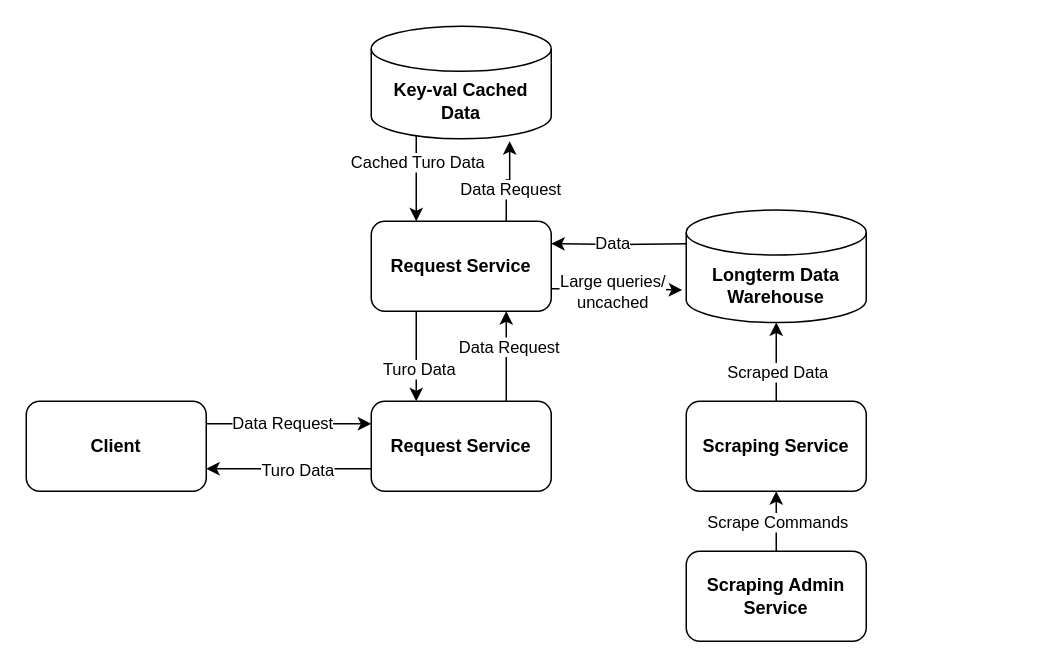
Before: page "Collaboration Diagram" (2 of 7) of design/System Design.drawio in jacob-petterle/turo-scraper, a draw.io diagram. Source tidied: cells renumbered, new cells numbered last; positions are measured from the earlier drawing's top-left corner, leaving out a move shared by most shapes. Both pictures are drawn from the tidied source at 150%, with x=0, y=0 at pixel (26, 26).
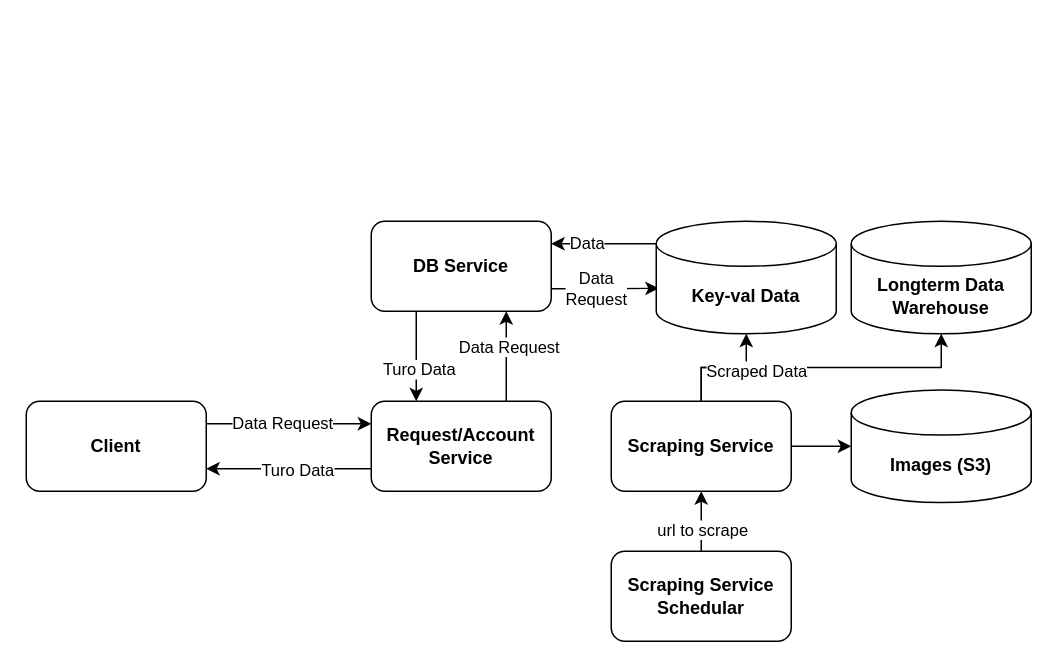
After the change.

Commit message (it also covers changes not shown here):
Add service diagram

The change refers to these unchanged cells:
```xml
<mxCell id="23" style="edgeStyle=orthogonalEdgeStyle;rounded=0;jettySize=auto;html=1;exitX=0.5;exitY=0;exitDx=0;exitDy=0;" parent="1" edge="1" source="25" target="12">
  <mxGeometry relative="1" as="geometry" />
</mxCell>
```

The edit, as a diff of the source:
```diff
@@
+    <mxCell id="29" style="edgeStyle=orthogonalEdgeStyle;rounded=0;jettySize=auto;html=1;entryX=0.5;entryY=1;entryDx=0;entryDy=0;entryPerimeter=0;" parent="1" edge="1" source="25" target="22">
+      <mxGeometry relative="1" as="geometry" />
+    </mxCell>
@@
-    <mxCell id="9" value="&lt;b&gt;Request Service&lt;/b&gt;" style="rounded=1;whiteSpace=wrap;html=1;" parent="1" vertex="1">
+    <mxCell id="9" value="&lt;b&gt;Request/Account Service&lt;/b&gt;" style="rounded=1;whiteSpace=wrap;html=1;" parent="1" vertex="1">
       <mxGeometry x="230" y="250" width="120" height="60" as="geometry" />
     </mxCell>
-    <mxCell id="10" style="edgeStyle=orthogonalEdgeStyle;rounded=0;jettySize=auto;html=1;entryX=1;entryY=0.25;entryDx=0;entryDy=0;" parent="1" edge="1" target="19">
-      <mxGeometry relative="1" as="geometry">
-        <mxPoint x="441" y="145" as="sourcePoint" />
-      </mxGeometry>
+    <mxCell id="10" style="edgeStyle=orthogonalEdgeStyle;rounded=0;jettySize=auto;html=1;entryX=1;entryY=0.25;entryDx=0;entryDy=0;exitX=0;exitY=0;exitDx=0;exitDy=15;exitPerimeter=0;" parent="1" edge="1" source="22" target="19">
+      <mxGeometry relative="1" as="geometry" />
     </mxCell>
@@
     <mxCell id="12" value="&lt;b&gt;Longterm Data Warehouse&lt;/b&gt;" style="shape=cylinder3;whiteSpace=wrap;html=1;boundedLbl=1;backgroundOutline=1;size=15;" parent="1" vertex="1">
-      <mxGeometry x="440" y="122.5" width="120" height="75" as="geometry" />
+      <mxGeometry x="550" y="130" width="120" height="75" as="geometry" />
     </mxCell>
@@
-    <mxCell id="15" style="edgeStyle=orthogonalEdgeStyle;rounded=0;jettySize=auto;html=1;exitX=1;exitY=0.75;exitDx=0;exitDy=0;entryX=-0.023;entryY=0.711;entryDx=0;entryDy=0;entryPerimeter=0;" parent="1" edge="1" source="19" target="12">
-      <mxGeometry relative="1" as="geometry" />
-    </mxCell>
-    <mxCell id="16" value="Large queries/&lt;br&gt;uncached" style="edgeLabel;html=1;align=center;verticalAlign=middle;" parent="15" vertex="1">
-      <mxGeometry x="0.24" y="-1" relative="1" as="geometry">
-        <mxPoint x="-14" as="offset" />
-      </mxGeometry>
-    </mxCell>
-    <mxCell id="17" style="edgeStyle=orthogonalEdgeStyle;rounded=0;jettySize=auto;html=1;exitX=0.75;exitY=0;exitDx=0;exitDy=0;entryX=0.769;entryY=1.022;entryDx=0;entryDy=0;entryPerimeter=0;" parent="1" edge="1" source="19" target="22">
-      <mxGeometry relative="1" as="geometry" />
-    </mxCell>
+    <mxCell id="30" style="edgeStyle=orthogonalEdgeStyle;rounded=0;jettySize=auto;html=1;exitX=1;exitY=0.75;exitDx=0;exitDy=0;" parent="1" edge="1" source="19">
+      <mxGeometry relative="1" as="geometry">
+        <mxPoint x="421.7" y="174.7" as="targetPoint" />
+      </mxGeometry>
+    </mxCell>
-    <mxCell id="18" value="Data Request" style="edgeLabel;html=1;align=center;verticalAlign=middle;" parent="17" vertex="1">
-      <mxGeometry x="-0.21" y="-2" relative="1" as="geometry" />
+    <mxCell id="18" value="Data&lt;br&gt;Request" style="edgeLabel;html=1;align=center;verticalAlign=middle;" parent="30" vertex="1">
+      <mxGeometry x="0.34" y="1" relative="1" as="geometry">
+        <mxPoint x="-18" as="offset" />
+      </mxGeometry>
     </mxCell>
-    <mxCell id="19" value="&lt;b&gt;Request Service&lt;/b&gt;" style="rounded=1;whiteSpace=wrap;html=1;" parent="1" vertex="1">
+    <mxCell id="19" value="&lt;b&gt;DB Service&lt;/b&gt;" style="rounded=1;whiteSpace=wrap;html=1;" parent="1" vertex="1">
       <mxGeometry x="230" y="130" width="120" height="60" as="geometry" />
     </mxCell>
-    <mxCell id="20" style="edgeStyle=orthogonalEdgeStyle;rounded=0;jettySize=auto;html=1;exitX=0.145;exitY=1;exitDx=0;exitDy=-4.35;entryX=0.25;entryY=0;entryDx=0;entryDy=0;exitPerimeter=0;" parent="1" edge="1" source="22" target="19">
-      <mxGeometry relative="1" as="geometry">
-        <Array as="points">
-          <mxPoint x="260" y="71" />
-        </Array>
-      </mxGeometry>
-    </mxCell>
-    <mxCell id="21" value="Cached Turo Data" style="edgeLabel;html=1;align=center;verticalAlign=middle;" parent="20" vertex="1">
-      <mxGeometry x="0.27" relative="1" as="geometry">
-        <mxPoint y="-14" as="offset" />
-      </mxGeometry>
-    </mxCell>
-    <mxCell id="22" value="&lt;b&gt;Key-val Cached Data&lt;/b&gt;" style="shape=cylinder3;whiteSpace=wrap;html=1;boundedLbl=1;backgroundOutline=1;size=15;" parent="1" vertex="1">
-      <mxGeometry x="230" width="120" height="75" as="geometry" />
+    <mxCell id="22" value="&lt;b&gt;Key-val Data&lt;/b&gt;" style="shape=cylinder3;whiteSpace=wrap;html=1;boundedLbl=1;backgroundOutline=1;size=15;" parent="1" vertex="1">
+      <mxGeometry x="420" y="130" width="120" height="75" as="geometry" />
     </mxCell>
@@
     <mxCell id="24" value="Scraped Data" style="edgeLabel;html=1;align=center;verticalAlign=middle;" parent="23" vertex="1">
       <mxGeometry x="-0.34" y="-2" relative="1" as="geometry">
-        <mxPoint x="-2" y="-3" as="offset" />
+        <mxPoint x="-9" as="offset" />
       </mxGeometry>
     </mxCell>
+    <mxCell id="31" style="edgeStyle=orthogonalEdgeStyle;rounded=0;jettySize=auto;html=1;entryX=0;entryY=0.5;entryDx=0;entryDy=0;entryPerimeter=0;" parent="1" edge="1" source="25" target="32">
+      <mxGeometry relative="1" as="geometry" />
+    </mxCell>
     <mxCell id="25" value="&lt;b&gt;Scraping Service&lt;/b&gt;" style="rounded=1;whiteSpace=wrap;html=1;" parent="1" vertex="1">
-      <mxGeometry x="440" y="250" width="120" height="60" as="geometry" />
+      <mxGeometry x="390" y="250" width="120" height="60" as="geometry" />
     </mxCell>
-    <mxCell id="26" style="edgeStyle=orthogonalEdgeStyle;rounded=0;jettySize=auto;html=1;" parent="1" edge="1" source="28" target="25">
-      <mxGeometry relative="1" as="geometry" />
-    </mxCell>
-    <mxCell id="27" value="Scrape Commands" style="edgeLabel;html=1;align=center;verticalAlign=middle;" parent="26" vertex="1">
-      <mxGeometry x="0.37" y="-1" relative="1" as="geometry">
-        <mxPoint x="-1" y="7" as="offset" />
-      </mxGeometry>
-    </mxCell>
-    <mxCell id="28" value="&lt;b&gt;Scraping Admin Service&lt;/b&gt;" style="rounded=1;whiteSpace=wrap;html=1;" parent="1" vertex="1">
-      <mxGeometry x="440" y="350" width="120" height="60" as="geometry" />
-    </mxCell>
+    <mxCell id="32" value="&lt;b&gt;Images (S3)&lt;/b&gt;" style="shape=cylinder3;whiteSpace=wrap;html=1;boundedLbl=1;backgroundOutline=1;size=15;" parent="1" vertex="1">
+      <mxGeometry x="550" y="242.5" width="120" height="75" as="geometry" />
+    </mxCell>
+    <mxCell id="33" style="edgeStyle=orthogonalEdgeStyle;rounded=0;jettySize=auto;html=1;entryX=0.5;entryY=1;entryDx=0;entryDy=0;" parent="1" edge="1" source="35" target="25">
+      <mxGeometry relative="1" as="geometry" />
+    </mxCell>
+    <mxCell id="34" value="url to scrape" style="edgeLabel;html=1;align=center;verticalAlign=middle;" parent="33" vertex="1">
+      <mxGeometry x="-0.26" relative="1" as="geometry" />
+    </mxCell>
+    <mxCell id="35" value="&lt;b&gt;Scraping Service Schedular&lt;/b&gt;" style="rounded=1;whiteSpace=wrap;html=1;" parent="1" vertex="1">
+      <mxGeometry x="390" y="350" width="120" height="60" as="geometry" />
+    </mxCell>
```
